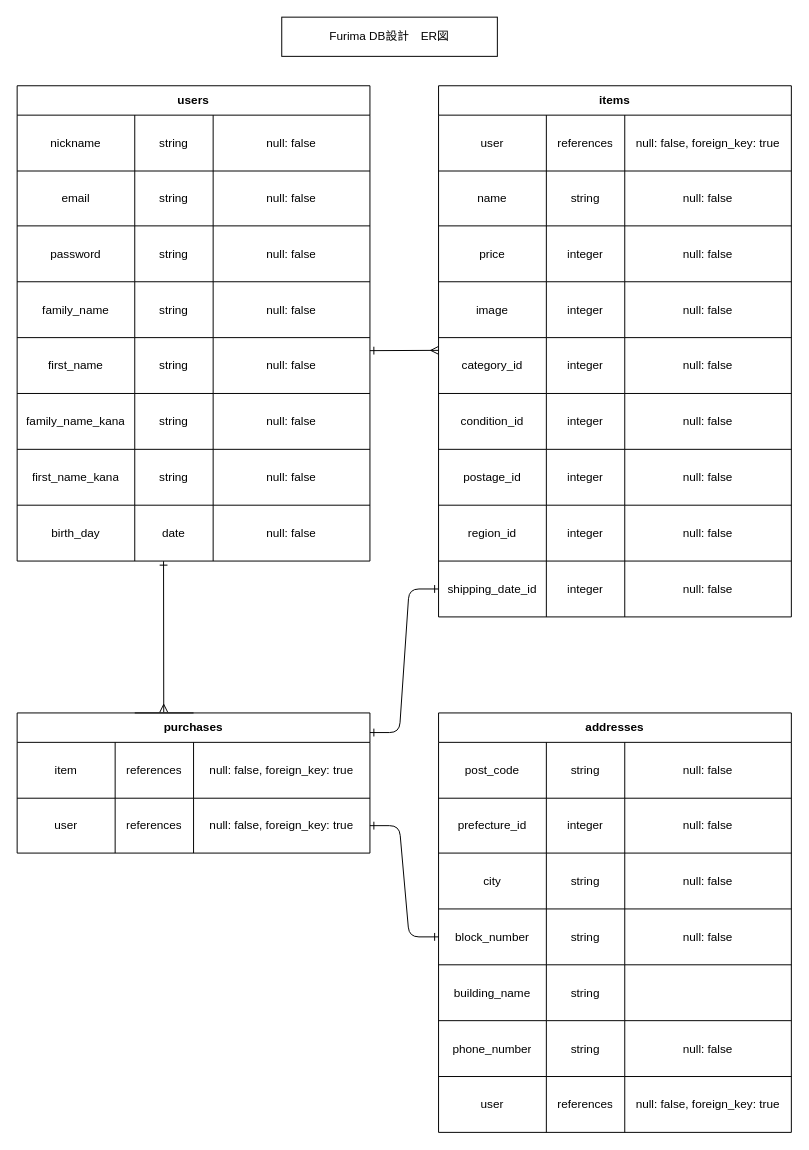
yudai-1/furima-30611 keeps this draw.io diagram as furima.dio. Above is the earlier version. Source tidied: cells renumbered, new cells numbered last; positions are measured from the earlier drawing's top-left corner, leaving out a move shared by most shapes. Both pictures are drawn from the tidied source at 98%, with x=0, y=0 at pixel (17, 17).
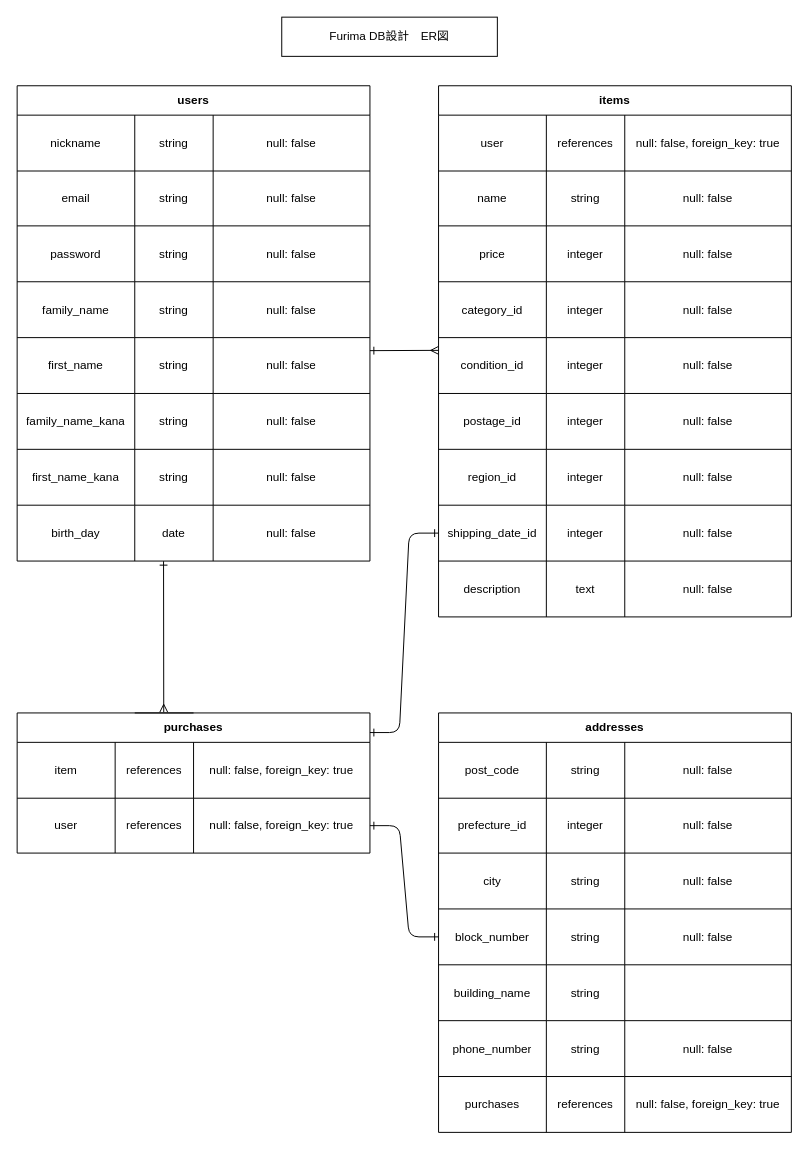
The same page after the edit.

The change refers to these unchanged cells:
```xml
<mxCell id="3" value="items" style="shape=table;html=1;whiteSpace=wrap;startSize=30;childLayout=tableLayout;fontStyle=1;align=center;" parent="1" vertex="1">
  <mxGeometry x="430" y="70" width="360" height="542" as="geometry" />
</mxCell>
<mxCell id="107" style="shape=partialRectangle;html=1;whiteSpace=wrap;fillColor=none;top=0;left=0;bottom=0;right=0;" parent="82" vertex="1">
  <mxGeometry y="371" width="360" height="57" as="geometry" />
</mxCell>
```

The edit, as a diff of the source:
```diff
@@
-    <mxCell id="16" style="shape=partialRectangle;html=1;whiteSpace=wrap;fillColor=none;top=0;left=0;bottom=0;right=0;" parent="3" vertex="1">
-      <mxGeometry y="200" width="360" height="57" as="geometry" />
-    </mxCell>
-    <mxCell id="17" value="image" style="shape=partialRectangle;html=1;whiteSpace=wrap;fillColor=none;top=0;left=0;bottom=0;right=0;overflow=hidden;" parent="16" vertex="1">
-      <mxGeometry width="110" height="57" as="geometry" />
-    </mxCell>
-    <mxCell id="18" value="&lt;span&gt;integer&lt;/span&gt;" style="shape=partialRectangle;html=1;whiteSpace=wrap;fillColor=none;top=0;left=0;bottom=0;right=0;overflow=hidden;" parent="16" vertex="1">
-      <mxGeometry x="110" width="80" height="57" as="geometry" />
-    </mxCell>
-    <mxCell id="19" value="&lt;span&gt;null: false&lt;/span&gt;" style="shape=partialRectangle;html=1;whiteSpace=wrap;fillColor=none;top=0;left=0;bottom=0;right=0;overflow=hidden;" parent="16" vertex="1">
-      <mxGeometry x="190" width="170" height="57" as="geometry" />
-    </mxCell>
     <mxCell id="20" style="shape=partialRectangle;html=1;whiteSpace=wrap;fillColor=none;top=0;left=0;bottom=0;right=0;" parent="3" vertex="1">
-      <mxGeometry y="257" width="360" height="57" as="geometry" />
+      <mxGeometry y="200" width="360" height="57" as="geometry" />
     </mxCell>
@@
     <mxCell id="24" style="shape=partialRectangle;html=1;whiteSpace=wrap;fillColor=none;top=0;left=0;bottom=0;right=0;" parent="3" vertex="1">
-      <mxGeometry y="314" width="360" height="57" as="geometry" />
+      <mxGeometry y="257" width="360" height="57" as="geometry" />
     </mxCell>
@@
     <mxCell id="28" style="shape=partialRectangle;html=1;whiteSpace=wrap;fillColor=none;top=0;left=0;bottom=0;right=0;" parent="3" vertex="1">
-      <mxGeometry y="371" width="360" height="57" as="geometry" />
+      <mxGeometry y="314" width="360" height="57" as="geometry" />
     </mxCell>
@@
     <mxCell id="32" style="shape=partialRectangle;html=1;whiteSpace=wrap;fillColor=none;top=0;left=0;bottom=0;right=0;" parent="3" vertex="1">
-      <mxGeometry y="428" width="360" height="57" as="geometry" />
+      <mxGeometry y="371" width="360" height="57" as="geometry" />
     </mxCell>
@@
     <mxCell id="36" style="shape=partialRectangle;html=1;whiteSpace=wrap;fillColor=none;top=0;left=0;bottom=0;right=0;points=[[0,0.5],[1,0.5]];portConstraint=eastwest;" parent="3" vertex="1">
-      <mxGeometry y="485" width="360" height="57" as="geometry" />
+      <mxGeometry y="428" width="360" height="57" as="geometry" />
     </mxCell>
@@
+    <mxCell id="116" style="shape=partialRectangle;html=1;whiteSpace=wrap;fillColor=none;top=0;left=0;bottom=0;right=0;" parent="3" vertex="1">
+      <mxGeometry y="485" width="360" height="57" as="geometry" />
+    </mxCell>
+    <mxCell id="117" value="description" style="shape=partialRectangle;html=1;whiteSpace=wrap;fillColor=none;top=0;left=0;bottom=0;right=0;overflow=hidden;" parent="116" vertex="1">
+      <mxGeometry width="110" height="57" as="geometry" />
+    </mxCell>
+    <mxCell id="118" value="text" style="shape=partialRectangle;html=1;whiteSpace=wrap;fillColor=none;top=0;left=0;bottom=0;right=0;overflow=hidden;" parent="116" vertex="1">
+      <mxGeometry x="110" width="80" height="57" as="geometry" />
+    </mxCell>
+    <mxCell id="19" value="&lt;span&gt;null: false&lt;/span&gt;" style="shape=partialRectangle;html=1;whiteSpace=wrap;fillColor=none;top=0;left=0;bottom=0;right=0;overflow=hidden;" parent="116" vertex="1">
+      <mxGeometry x="190" width="170" height="57" as="geometry" />
+    </mxCell>
@@
-    <mxCell id="108" value="user" style="shape=partialRectangle;html=1;whiteSpace=wrap;fillColor=none;top=0;left=0;bottom=0;right=0;overflow=hidden;" parent="107" vertex="1">
+    <mxCell id="108" value="purchases" style="shape=partialRectangle;html=1;whiteSpace=wrap;fillColor=none;top=0;left=0;bottom=0;right=0;overflow=hidden;" parent="107" vertex="1">
       <mxGeometry width="110" height="57" as="geometry" />
     </mxCell>
```
